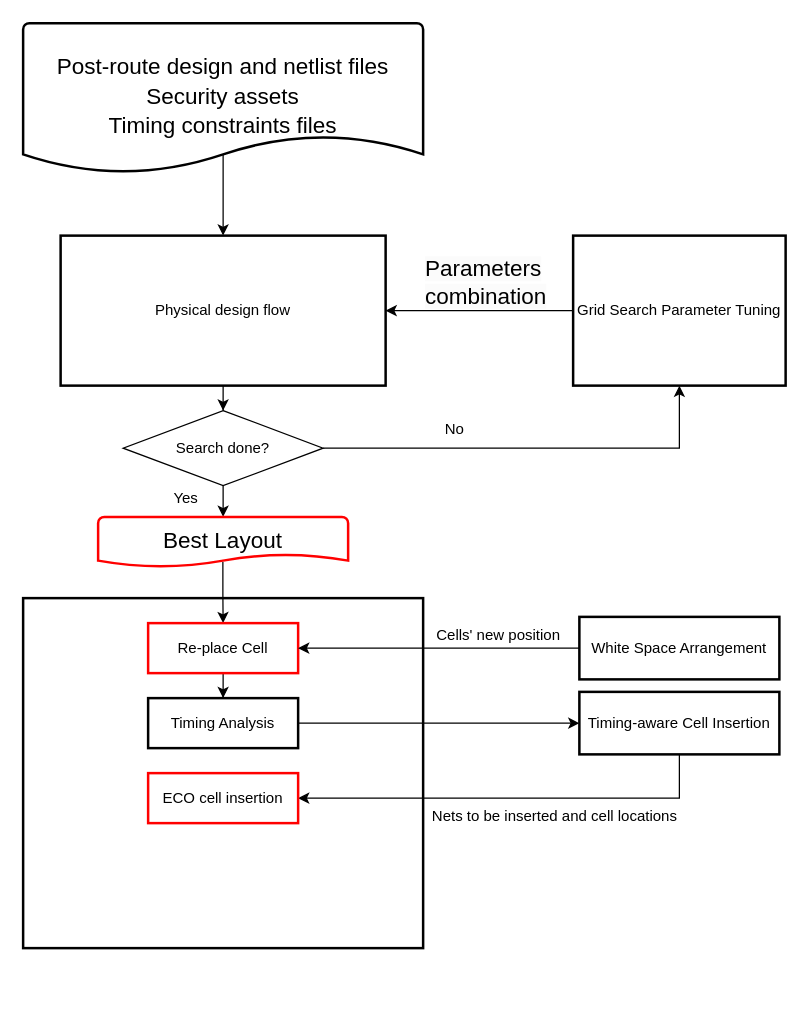
Earlier version of the draw.io diagram Flow-Chart.drawio (nthu-archutim/figures). Source tidied: cells renumbered, new cells numbered last; positions are measured from the earlier drawing's top-left corner, leaving out a move shared by most shapes. Both pictures are drawn from the tidied source at 125%, with x=0, y=0 at pixel (22, 22).
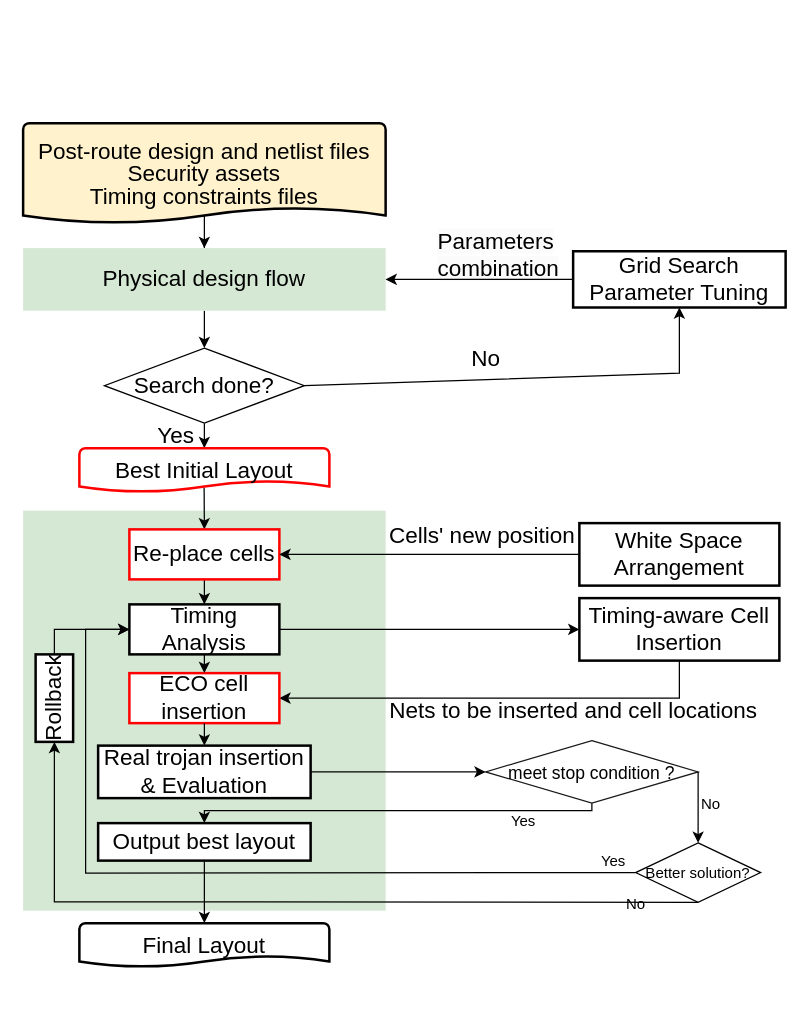
After the change.

What changed in the source:
```diff
@@
-    <mxCell id="2" style="edgeStyle=orthogonalEdgeStyle;rounded=0;jettySize=auto;html=1;exitX=0.5;exitY=0.875;exitDx=0;exitDy=0;exitPerimeter=0;" parent="1" edge="1" source="3" target="5">
+    <mxCell id="2" style="edgeStyle=orthogonalEdgeStyle;rounded=0;jettySize=auto;html=1;exitX=0.5;exitY=0.875;exitDx=0;exitDy=0;exitPerimeter=0;fontSize=18;" parent="1" edge="1" source="3" target="5">
       <mxGeometry relative="1" as="geometry" />
     </mxCell>
-    <mxCell id="3" value="&lt;p style=&quot;line-height: 180%;&quot;&gt;&lt;font style=&quot;font-size: 18px;&quot;&gt;Post-route design and netlist files&lt;br&gt;Security assets&lt;br&gt;Timing constraints files&lt;/font&gt;&lt;/p&gt;" style="strokeWidth=2;html=1;shape=mxgraph.flowchart.document2;whiteSpace=wrap;size=0.25;" parent="1" vertex="1">
-      <mxGeometry width="320" height="120" as="geometry" />
+    <mxCell id="3" value="&lt;p style=&quot;line-height: 100%; font-size: 18px;&quot;&gt;&lt;font style=&quot;font-size: 18px;&quot;&gt;Post-route design and netlist files&lt;br style=&quot;font-size: 18px;&quot;&gt;Security assets&lt;br style=&quot;font-size: 18px;&quot;&gt;Timing constraints files&lt;/font&gt;&lt;/p&gt;" style="strokeWidth=2;html=1;shape=mxgraph.flowchart.document2;whiteSpace=wrap;size=0.15416666666666642;fontSize=18;fillColor=#fff2cc;strokeColor=#000000;" parent="1" vertex="1">
+      <mxGeometry y="80" width="290" height="80" as="geometry" />
     </mxCell>
-    <mxCell id="4" style="edgeStyle=orthogonalEdgeStyle;rounded=0;jettySize=auto;html=1;" parent="1" edge="1" source="5" target="8">
+    <mxCell id="4" style="edgeStyle=orthogonalEdgeStyle;rounded=0;jettySize=auto;html=1;fontSize=18;" parent="1" edge="1" source="5" target="8">
       <mxGeometry relative="1" as="geometry" />
     </mxCell>
-    <mxCell id="5" value="Physical design flow" style="whiteSpace=wrap;html=1;strokeWidth=2;" parent="1" vertex="1">
-      <mxGeometry x="30" y="170" width="260" height="120" as="geometry" />
+    <mxCell id="5" value="Physical design flow" style="whiteSpace=wrap;html=1;strokeWidth=2;fontSize=18;fillColor=#D5E8D4;strokeColor=none;" parent="1" vertex="1">
+      <mxGeometry y="180" width="290" height="50" as="geometry" />
     </mxCell>
-    <mxCell id="6" value="Grid Search Parameter Tuning" style="whiteSpace=wrap;html=1;strokeWidth=2;" parent="1" vertex="1">
-      <mxGeometry x="440" y="170" width="170" height="120" as="geometry" />
+    <mxCell id="6" value="Grid Search Parameter Tuning" style="whiteSpace=wrap;html=1;strokeWidth=2;fontSize=18;" parent="1" vertex="1">
+      <mxGeometry x="440" y="182.5" width="170" height="45" as="geometry" />
     </mxCell>
-    <mxCell id="7" style="edgeStyle=orthogonalEdgeStyle;rounded=0;jettySize=auto;html=1;" parent="1" edge="1" source="8" target="14">
+    <mxCell id="7" style="edgeStyle=orthogonalEdgeStyle;rounded=0;jettySize=auto;html=1;fontSize=18;" parent="1" edge="1" source="8" target="14">
       <mxGeometry relative="1" as="geometry" />
     </mxCell>
-    <mxCell id="8" value="Search done?" style="rhombus;whiteSpace=wrap;html=1;" parent="1" vertex="1">
-      <mxGeometry x="80" y="310" width="160" height="60" as="geometry" />
+    <mxCell id="8" value="Search done?" style="rhombus;whiteSpace=wrap;html=1;fontSize=18;" parent="1" vertex="1">
+      <mxGeometry x="65" y="260" width="160" height="60" as="geometry" />
     </mxCell>
-    <mxCell id="9" style="endArrow=classic;html=1;rounded=0;exitX=1;exitY=0.5;exitDx=0;exitDy=0;entryX=0.5;entryY=1;entryDx=0;entryDy=0;" parent="1" edge="1" source="8" target="6">
+    <mxCell id="9" style="endArrow=classic;html=1;rounded=0;exitX=1;exitY=0.5;exitDx=0;exitDy=0;entryX=0.5;entryY=1;entryDx=0;entryDy=0;fontSize=18;" parent="1" edge="1" source="8" target="6">
       <mxGeometry relative="1" as="geometry">
         <Array as="points">
-          <mxPoint x="525" y="340" />
+          <mxPoint x="525" y="280" />
         </Array>
       </mxGeometry>
     </mxCell>
-    <mxCell id="10" style="whiteSpace=wrap;html=1;strokeWidth=2;" parent="1" vertex="1">
-      <mxGeometry y="460" width="320" height="280" as="geometry" />
+    <mxCell id="10" style="whiteSpace=wrap;html=1;strokeWidth=2;fontSize=18;fillColor=#d5e8d4;strokeColor=none;" parent="1" vertex="1">
+      <mxGeometry y="390" width="290" height="320" as="geometry" />
     </mxCell>
-    <mxCell id="11" value="No" style="text;html=1;align=center;verticalAlign=middle;strokeColor=none;fillColor=none;" parent="1" vertex="1">
-      <mxGeometry x="325" y="310" width="40" height="30" as="geometry" />
+    <mxCell id="11" value="No" style="text;html=1;align=center;verticalAlign=middle;strokeColor=none;fillColor=none;fontSize=18;" parent="1" vertex="1">
+      <mxGeometry x="345" y="249" width="50" height="40" as="geometry" />
     </mxCell>
-    <mxCell id="12" value="Yes" style="text;html=1;align=center;verticalAlign=middle;strokeColor=none;fillColor=none;" parent="1" vertex="1">
-      <mxGeometry x="110" y="365" width="40" height="30" as="geometry" />
+    <mxCell id="12" value="Yes" style="text;html=1;align=center;verticalAlign=middle;strokeColor=none;fillColor=none;fontSize=18;" parent="1" vertex="1">
+      <mxGeometry x="97" y="310" width="50" height="40" as="geometry" />
     </mxCell>
-    <mxCell id="13" style="edgeStyle=orthogonalEdgeStyle;rounded=0;jettySize=auto;html=1;exitX=0.499;exitY=0.902;exitDx=0;exitDy=0;exitPerimeter=0;entryX=0.5;entryY=0;entryDx=0;entryDy=0;" parent="1" edge="1" source="14" target="17">
+    <mxCell id="13" style="edgeStyle=orthogonalEdgeStyle;rounded=0;jettySize=auto;html=1;exitX=0.499;exitY=0.902;exitDx=0;exitDy=0;exitPerimeter=0;entryX=0.5;entryY=0;entryDx=0;entryDy=0;fontSize=18;" parent="1" edge="1" source="14" target="17">
       <mxGeometry relative="1" as="geometry" />
     </mxCell>
-    <mxCell id="14" value="&lt;p style=&quot;line-height: 180%;&quot;&gt;&lt;span style=&quot;font-size: 18px;&quot;&gt;Best Layout&lt;/span&gt;&lt;/p&gt;" style="strokeWidth=2;html=1;shape=mxgraph.flowchart.document2;whiteSpace=wrap;size=0.25;strokeColor=#FF0000;" parent="1" vertex="1">
-      <mxGeometry x="60" y="395" width="200" height="40" as="geometry" />
+    <mxCell id="14" value="&lt;p style=&quot;line-height: 180%; font-size: 18px;&quot;&gt;&lt;span style=&quot;font-size: 18px;&quot;&gt;Best Initial Layout&lt;/span&gt;&lt;/p&gt;" style="strokeWidth=2;html=1;shape=mxgraph.flowchart.document2;whiteSpace=wrap;size=0.25;strokeColor=#FF0000;fontSize=18;" parent="1" vertex="1">
+      <mxGeometry x="45" y="340" width="200" height="35" as="geometry" />
     </mxCell>
-    <mxCell id="15" value="White Space Arrangement" style="whiteSpace=wrap;html=1;strokeWidth=2;" parent="1" vertex="1">
-      <mxGeometry x="445" y="475" width="160" height="50" as="geometry" />
+    <mxCell id="15" value="White Space Arrangement" style="whiteSpace=wrap;html=1;strokeWidth=2;fontSize=18;" parent="1" vertex="1">
+      <mxGeometry x="445" y="400" width="160" height="50" as="geometry" />
     </mxCell>
-    <mxCell id="16" style="edgeStyle=orthogonalEdgeStyle;rounded=0;jettySize=auto;html=1;" parent="1" edge="1" source="17" target="20">
+    <mxCell id="16" style="edgeStyle=orthogonalEdgeStyle;rounded=0;jettySize=auto;html=1;fontSize=18;" parent="1" edge="1" source="17" target="20">
       <mxGeometry relative="1" as="geometry" />
     </mxCell>
-    <mxCell id="17" value="Re-place Cell" style="whiteSpace=wrap;html=1;strokeWidth=2;strokeColor=#FF0000;" parent="1" vertex="1">
-      <mxGeometry x="100" y="480" width="120" height="40" as="geometry" />
+    <mxCell id="17" value="Re-place cells" style="whiteSpace=wrap;html=1;strokeWidth=2;strokeColor=#FF0000;fontSize=18;" parent="1" vertex="1">
+      <mxGeometry x="85" y="405" width="120" height="40" as="geometry" />
     </mxCell>
-    <mxCell id="18" style="endArrow=classic;html=1;rounded=0;exitX=0;exitY=0.5;exitDx=0;exitDy=0;entryX=1;entryY=0.5;entryDx=0;entryDy=0;" parent="1" edge="1" source="15" target="17">
+    <mxCell id="18" style="endArrow=classic;html=1;rounded=0;exitX=0;exitY=0.5;exitDx=0;exitDy=0;entryX=1;entryY=0.5;entryDx=0;entryDy=0;fontSize=18;" parent="1" edge="1" source="15" target="17">
       <mxGeometry relative="1" as="geometry" />
     </mxCell>
-    <mxCell id="19" style="edgeStyle=orthogonalEdgeStyle;rounded=0;jettySize=auto;html=1;" parent="1" edge="1" source="20" target="21">
+    <mxCell id="19" style="edgeStyle=orthogonalEdgeStyle;rounded=0;jettySize=auto;html=1;fontSize=18;" parent="1" edge="1" source="20" target="21">
       <mxGeometry relative="1" as="geometry" />
     </mxCell>
-    <mxCell id="20" value="Timing Analysis" style="whiteSpace=wrap;html=1;strokeColor=#000000;strokeWidth=2;" parent="1" vertex="1">
-      <mxGeometry x="100" y="540" width="120" height="40" as="geometry" />
+    <mxCell id="20" value="Timing Analysis" style="whiteSpace=wrap;html=1;strokeColor=#000000;strokeWidth=2;fontSize=18;" parent="1" vertex="1">
+      <mxGeometry x="85" y="465" width="120" height="40" as="geometry" />
     </mxCell>
-    <mxCell id="21" value="Timing-aware Cell Insertion" style="whiteSpace=wrap;html=1;strokeColor=#000000;strokeWidth=2;" parent="1" vertex="1">
-      <mxGeometry x="445" y="535" width="160" height="50" as="geometry" />
+    <mxCell id="21" value="Timing-aware Cell Insertion" style="whiteSpace=wrap;html=1;strokeColor=#000000;strokeWidth=2;fontSize=18;" parent="1" vertex="1">
+      <mxGeometry x="445" y="460" width="160" height="50" as="geometry" />
     </mxCell>
-    <mxCell id="22" value="&lt;span style=&quot;color: rgb(0, 0, 0); font-family: Helvetica; font-size: 18px; font-style: normal; font-variant-ligatures: normal; font-variant-caps: normal; font-weight: 400; letter-spacing: normal; orphans: 2; text-align: center; text-indent: 0px; text-transform: none; widows: 2; word-spacing: 0px; -webkit-text-stroke-width: 0px; background-color: rgb(251, 251, 251); text-decoration-thickness: initial; text-decoration-style: initial; text-decoration-color: initial; float: none; display: inline !important;&quot;&gt;Parameters &lt;br&gt;combination&lt;/span&gt;" style="text;whiteSpace=wrap;html=1;" parent="1" vertex="1">
-      <mxGeometry x="320" y="180" width="100" height="50" as="geometry" />
+    <mxCell id="22" value="&lt;span style=&quot;color: rgb(0, 0, 0); font-family: Helvetica; font-size: 18px; font-style: normal; font-variant-ligatures: normal; font-variant-caps: normal; font-weight: 400; letter-spacing: normal; orphans: 2; text-align: center; text-indent: 0px; text-transform: none; widows: 2; word-spacing: 0px; -webkit-text-stroke-width: 0px; background-color: rgb(251, 251, 251); text-decoration-thickness: initial; text-decoration-style: initial; text-decoration-color: initial; float: none; display: inline !important;&quot;&gt;Parameters &lt;br style=&quot;font-size: 18px;&quot;&gt;combination&lt;/span&gt;" style="text;whiteSpace=wrap;html=1;fontSize=18;" parent="1" vertex="1">
+      <mxGeometry x="330" y="158" width="100" height="50" as="geometry" />
     </mxCell>
-    <mxCell id="23" style="endArrow=classic;html=1;rounded=0;exitX=0;exitY=0.5;exitDx=0;exitDy=0;entryX=1;entryY=0.5;entryDx=0;entryDy=0;" parent="1" edge="1" source="6" target="5">
+    <mxCell id="23" style="endArrow=classic;html=1;rounded=0;exitX=0;exitY=0.5;exitDx=0;exitDy=0;entryX=1;entryY=0.5;entryDx=0;entryDy=0;fontSize=18;" parent="1" edge="1" source="6" target="5">
       <mxGeometry relative="1" as="geometry" />
     </mxCell>
-    <mxCell id="24" value="Cells' new position" style="text;html=1;align=center;verticalAlign=middle;strokeColor=none;fillColor=none;" parent="1" vertex="1">
-      <mxGeometry x="320" y="475" width="120" height="30" as="geometry" />
-    </mxCell>
-    <mxCell id="25" style="endArrow=classic;html=1;rounded=0;exitX=0.5;exitY=1;exitDx=0;exitDy=0;entryX=1;entryY=0.5;entryDx=0;entryDy=0;" parent="1" edge="1" source="21" target="26">
+    <mxCell id="25" style="endArrow=classic;html=1;rounded=0;exitX=0.5;exitY=1;exitDx=0;exitDy=0;entryX=1;entryY=0.5;entryDx=0;entryDy=0;fontSize=18;" parent="1" edge="1" source="21" target="26">
       <mxGeometry relative="1" as="geometry">
         <Array as="points">
-          <mxPoint x="525" y="620" />
+          <mxPoint x="525" y="540" />
         </Array>
       </mxGeometry>
     </mxCell>
-    <mxCell id="26" value="ECO cell insertion" style="whiteSpace=wrap;html=1;strokeColor=#FF0000;strokeWidth=2;" parent="1" vertex="1">
-      <mxGeometry x="100" y="600" width="120" height="40" as="geometry" />
+    <mxCell id="26" value="ECO cell insertion" style="whiteSpace=wrap;html=1;strokeColor=#FF0000;strokeWidth=2;fontSize=18;" parent="1" vertex="1">
+      <mxGeometry x="85" y="520" width="120" height="40" as="geometry" />
     </mxCell>
-    <mxCell id="27" value="Nets to be inserted and cell locations" style="text;html=1;align=center;verticalAlign=middle;strokeColor=none;fillColor=none;" parent="1" vertex="1">
-      <mxGeometry x="315" y="620" width="220" height="30" as="geometry" />
+    <mxCell id="27" value="Nets to be inserted and cell locations" style="text;html=1;align=center;verticalAlign=middle;strokeColor=none;fillColor=none;fontSize=18;" parent="1" vertex="1">
+      <mxGeometry x="280" y="530" width="320" height="40" as="geometry" />
     </mxCell>
+    <mxCell id="28" value="Real trojan insertion&lt;br style=&quot;font-size: 18px;&quot;&gt;&amp;amp; Evaluation" style="whiteSpace=wrap;html=1;strokeColor=#000000;strokeWidth=2;fontSize=18;" parent="1" vertex="1">
+      <mxGeometry x="60" y="578" width="170" height="42" as="geometry" />
+    </mxCell>
+    <mxCell id="29" style="endArrow=classic;html=1;rounded=0;exitX=0.5;exitY=1;exitDx=0;exitDy=0;entryX=0.5;entryY=0;entryDx=0;entryDy=0;fontSize=18;" parent="1" edge="1" source="20" target="26">
+      <mxGeometry relative="1" as="geometry" />
+    </mxCell>
+    <mxCell id="30" value="&lt;p style=&quot;text-align: justify; line-height: 60%;&quot;&gt;&lt;font style=&quot;font-size: 14px;&quot;&gt;meet stop condition ?&lt;/font&gt;&lt;/p&gt;" style="rhombus;whiteSpace=wrap;html=1;fontSize=18;opacity=90;align=center;" parent="1" vertex="1">
+      <mxGeometry x="370" y="574" width="170" height="50" as="geometry" />
+    </mxCell>
+    <mxCell id="24" value="Cells' new position" style="text;html=1;align=center;verticalAlign=middle;strokeColor=none;fillColor=none;fontSize=18;" parent="1" vertex="1">
+      <mxGeometry x="282" y="390" width="170" height="40" as="geometry" />
+    </mxCell>
+    <mxCell id="31" style="endArrow=classic;html=1;rounded=0;exitX=0.5;exitY=1;exitDx=0;exitDy=0;entryX=0.5;entryY=0;entryDx=0;entryDy=0;" parent="1" edge="1" source="26" target="28">
+      <mxGeometry relative="1" as="geometry" />
+    </mxCell>
+    <mxCell id="32" value="Yes" style="text;html=1;align=center;verticalAlign=middle;strokeColor=none;fillColor=none;" parent="1" vertex="1">
+      <mxGeometry x="380" y="624" width="40" height="30" as="geometry" />
+    </mxCell>
+    <mxCell id="33" value="Yes" style="text;html=1;align=center;verticalAlign=middle;strokeColor=none;fillColor=none;" parent="1" vertex="1">
+      <mxGeometry x="452" y="655.8" width="40" height="30" as="geometry" />
+    </mxCell>
+    <mxCell id="34" value="Better solution?" style="rhombus;whiteSpace=wrap;html=1;" parent="1" vertex="1">
+      <mxGeometry x="490" y="655.8" width="100" height="47.5" as="geometry" />
+    </mxCell>
+    <mxCell id="35" value="No" style="text;html=1;align=center;verticalAlign=middle;strokeColor=none;fillColor=none;" parent="1" vertex="1">
+      <mxGeometry x="470" y="690" width="40" height="30" as="geometry" />
+    </mxCell>
+    <mxCell id="36" value="Rollback" style="html=1;strokeColor=#000000;strokeWidth=2;fontSize=18;direction=east;whiteSpace=wrap;rotation=-90;" parent="1" vertex="1">
+      <mxGeometry x="-10" y="525" width="70" height="30" as="geometry" />
+    </mxCell>
+    <mxCell id="37" style="endArrow=classic;html=1;rounded=0;entryX=0;entryY=0.5;entryDx=0;entryDy=0;exitX=1;exitY=0.5;exitDx=0;exitDy=0;" parent="1" edge="1" source="36" target="20">
+      <mxGeometry relative="1" as="geometry">
+        <Array as="points">
+          <mxPoint x="25" y="485" />
+        </Array>
+      </mxGeometry>
+    </mxCell>
+    <mxCell id="38" style="edgeStyle=orthogonalEdgeStyle;rounded=0;jettySize=auto;html=1;" parent="1" edge="1" source="39" target="40">
+      <mxGeometry relative="1" as="geometry" />
+    </mxCell>
+    <mxCell id="39" value="Output best layout" style="whiteSpace=wrap;html=1;strokeColor=#000000;strokeWidth=2;fontSize=18;" parent="1" vertex="1">
+      <mxGeometry x="60" y="640" width="170" height="30" as="geometry" />
+    </mxCell>
+    <mxCell id="40" value="&lt;p style=&quot;line-height: 180%; font-size: 18px;&quot;&gt;&lt;span style=&quot;font-size: 18px;&quot;&gt;Final Layout&lt;/span&gt;&lt;/p&gt;" style="strokeWidth=2;html=1;shape=mxgraph.flowchart.document2;whiteSpace=wrap;size=0.25;strokeColor=#000000;fontSize=18;fontColor=#000000;" parent="1" vertex="1">
+      <mxGeometry x="45" y="720" width="200" height="35" as="geometry" />
+    </mxCell>
+    <mxCell id="41" value="No" style="text;html=1;align=center;verticalAlign=middle;strokeColor=none;fillColor=none;" parent="1" vertex="1">
+      <mxGeometry x="530" y="610" width="40" height="30" as="geometry" />
+    </mxCell>
+    <mxCell id="42" style="endArrow=classic;html=1;rounded=0;exitX=0;exitY=0.5;exitDx=0;exitDy=0;entryX=0;entryY=0.5;entryDx=0;entryDy=0;" parent="1" edge="1" source="34" target="20">
+      <mxGeometry relative="1" as="geometry">
+        <Array as="points">
+          <mxPoint x="50" y="680" />
+          <mxPoint x="50" y="485" />
+        </Array>
+      </mxGeometry>
+    </mxCell>
+    <mxCell id="43" style="endArrow=classic;html=1;rounded=0;exitX=0.5;exitY=1;exitDx=0;exitDy=0;entryX=0;entryY=0.5;entryDx=0;entryDy=0;" parent="1" edge="1" source="34" target="36">
+      <mxGeometry relative="1" as="geometry">
+        <Array as="points">
+          <mxPoint x="25" y="703" />
+        </Array>
+      </mxGeometry>
+    </mxCell>
+    <mxCell id="44" style="endArrow=classic;html=1;rounded=0;entryX=0;entryY=0.5;entryDx=0;entryDy=0;exitX=1;exitY=0.5;exitDx=0;exitDy=0;" parent="1" edge="1" source="28" target="30">
+      <mxGeometry relative="1" as="geometry" />
+    </mxCell>
+    <mxCell id="45" style="endArrow=classic;html=1;rounded=0;entryX=0.5;entryY=0;entryDx=0;entryDy=0;exitX=0.5;exitY=1;exitDx=0;exitDy=0;" parent="1" edge="1" source="30" target="39">
+      <mxGeometry relative="1" as="geometry">
+        <Array as="points">
+          <mxPoint x="455" y="630" />
+          <mxPoint x="145" y="630" />
+        </Array>
+      </mxGeometry>
+    </mxCell>
+    <mxCell id="46" style="endArrow=classic;html=1;rounded=0;exitX=1;exitY=0.5;exitDx=0;exitDy=0;entryX=0.5;entryY=0;entryDx=0;entryDy=0;" parent="1" edge="1" source="30" target="34">
+      <mxGeometry relative="1" as="geometry" />
+    </mxCell>
```
